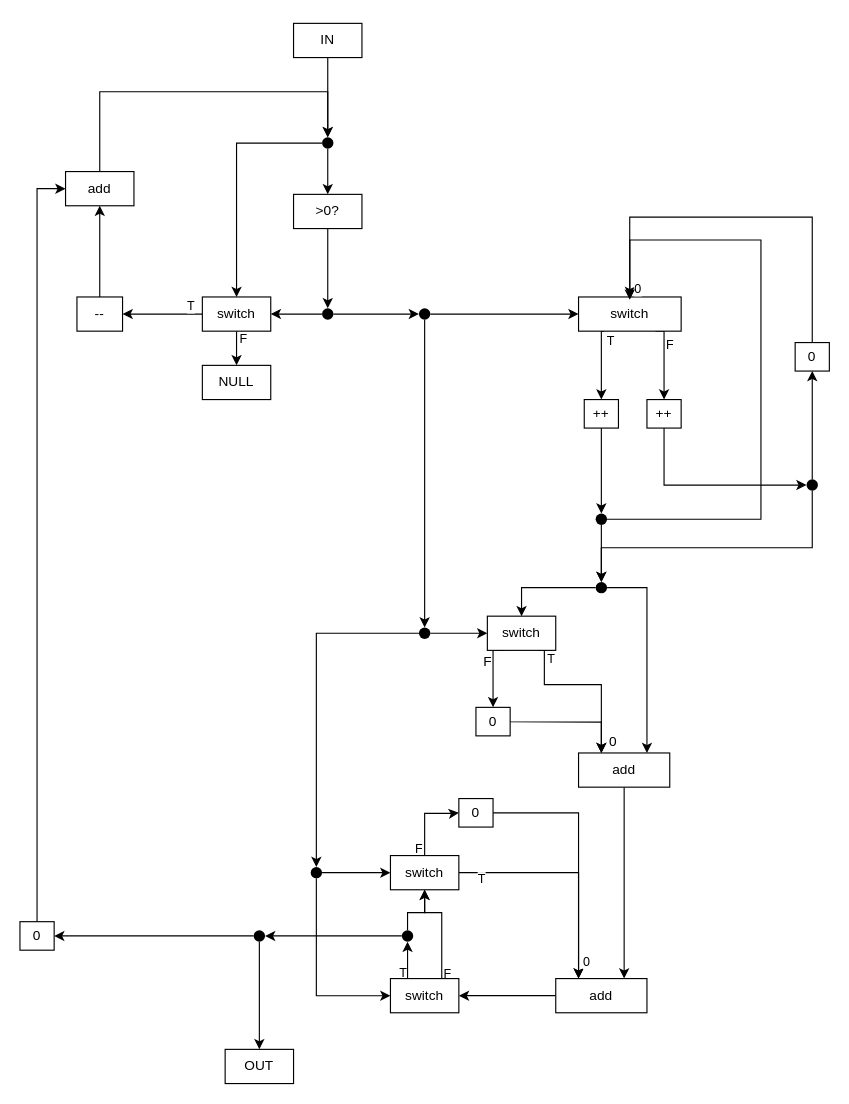
Before: Dataflow3.drawio in dezhic/Dataflow, a draw.io diagram. Source tidied: cells renumbered, new cells numbered last; positions are measured from the earlier drawing's top-left corner, leaving out a move shared by most shapes. Both pictures are drawn from the tidied source at 114%, with x=0, y=0 at pixel (19, 23).
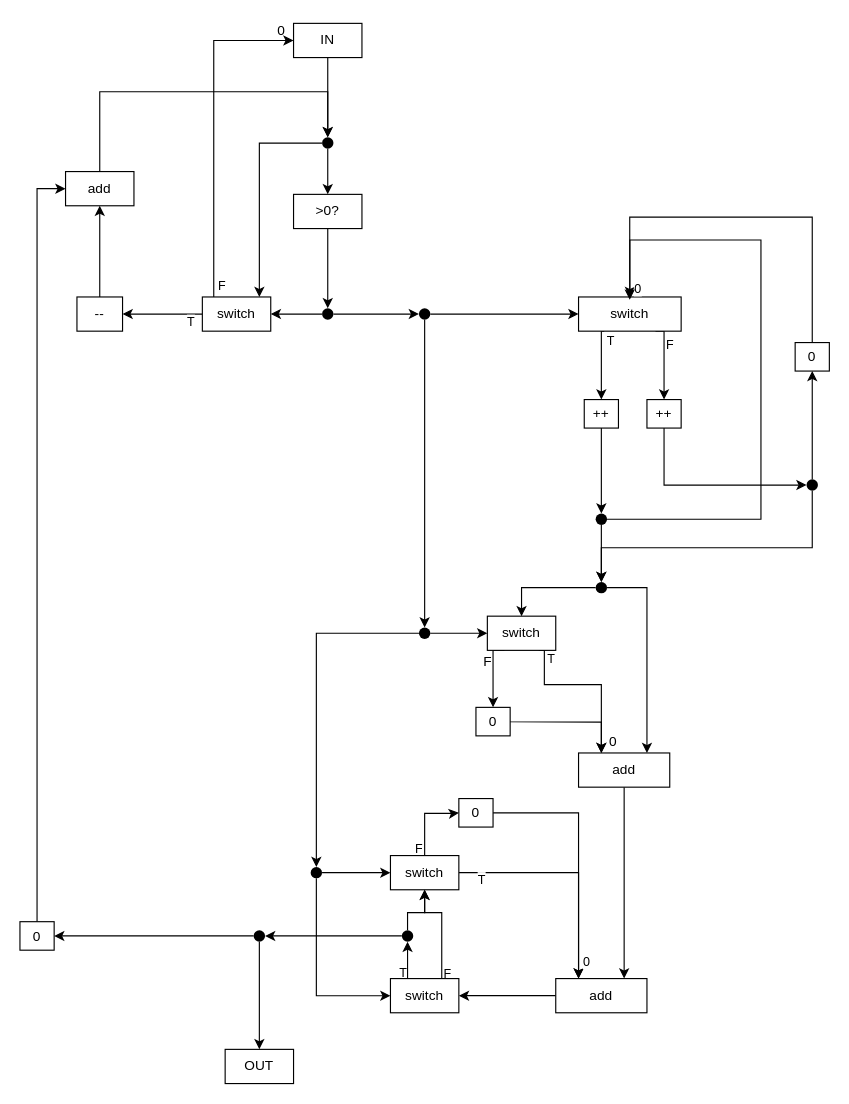
Above is the later version.

Commit message:
Add input control

Unchanged cells that the change refers to:
```xml
<mxCell id="4" style="ellipse;fillColor=#000000;strokeColor=none;" parent="1" vertex="1">
  <mxGeometry x="265" y="100" width="10" height="10" as="geometry" />
</mxCell>
<mxCell id="6" value="IN" style="rounded=0;whiteSpace=wrap;html=1;" parent="1" vertex="1">
  <mxGeometry x="240" width="60" height="30" as="geometry" />
</mxCell>
<mxCell id="14" style="edgeStyle=orthogonalEdgeStyle;rounded=0;jettySize=auto;html=1;" parent="1" edge="1" source="16" target="19">
  <mxGeometry relative="1" as="geometry" />
</mxCell>
<mxCell id="16" value="switch" style="rounded=0;whiteSpace=wrap;html=1;" parent="1" vertex="1">
  <mxGeometry x="160" y="240" width="60" height="30" as="geometry" />
</mxCell>
```

Diff of the diagram source:
```diff
@@
     <mxCell id="3" style="edgeStyle=orthogonalEdgeStyle;rounded=0;jettySize=auto;html=1;" parent="1" edge="1" source="4" target="16">
-      <mxGeometry relative="1" as="geometry" />
+      <mxGeometry relative="1" as="geometry">
+        <Array as="points">
+          <mxPoint x="210" y="105" />
+        </Array>
+      </mxGeometry>
     </mxCell>
@@
-    <mxCell id="12" style="edgeStyle=orthogonalEdgeStyle;rounded=0;jettySize=auto;html=1;" parent="1" edge="1" source="16" target="17">
-      <mxGeometry relative="1" as="geometry" />
+    <mxCell id="12" style="edgeStyle=orthogonalEdgeStyle;rounded=0;jettySize=auto;html=1;entryX=0;entryY=0.5;entryDx=0;entryDy=0;" parent="1" edge="1" source="16" target="6">
+      <mxGeometry relative="1" as="geometry">
+        <Array as="points">
+          <mxPoint x="170" y="15" />
+        </Array>
+      </mxGeometry>
     </mxCell>
     <mxCell id="13" value="F" style="edgeLabel;html=1;align=center;verticalAlign=middle;" parent="12" vertex="1">
       <mxGeometry x="-0.84" y="3" relative="1" as="geometry">
-        <mxPoint x="2" y="2" as="offset" />
+        <mxPoint x="9" y="13.4" as="offset" />
       </mxGeometry>
     </mxCell>
@@
     <mxCell id="15" value="T" style="edgeLabel;html=1;align=center;verticalAlign=middle;" parent="14" vertex="1">
       <mxGeometry x="-0.71" y="-3" relative="1" as="geometry">
-        <mxPoint x="-1" y="-5" as="offset" />
+        <mxPoint x="-1" y="9" as="offset" />
       </mxGeometry>
     </mxCell>
@@
-    <mxCell id="17" value="NULL" style="rounded=0;whiteSpace=wrap;html=1;" parent="1" vertex="1">
-      <mxGeometry x="160" y="300" width="60" height="30" as="geometry" />
-    </mxCell>
@@
+    <mxCell id="86" value="0" style="text;html=1;align=center;verticalAlign=middle;" parent="1" vertex="1">
+      <mxGeometry x="219" y="-3" width="20" height="20" as="geometry" />
+    </mxCell>
```
